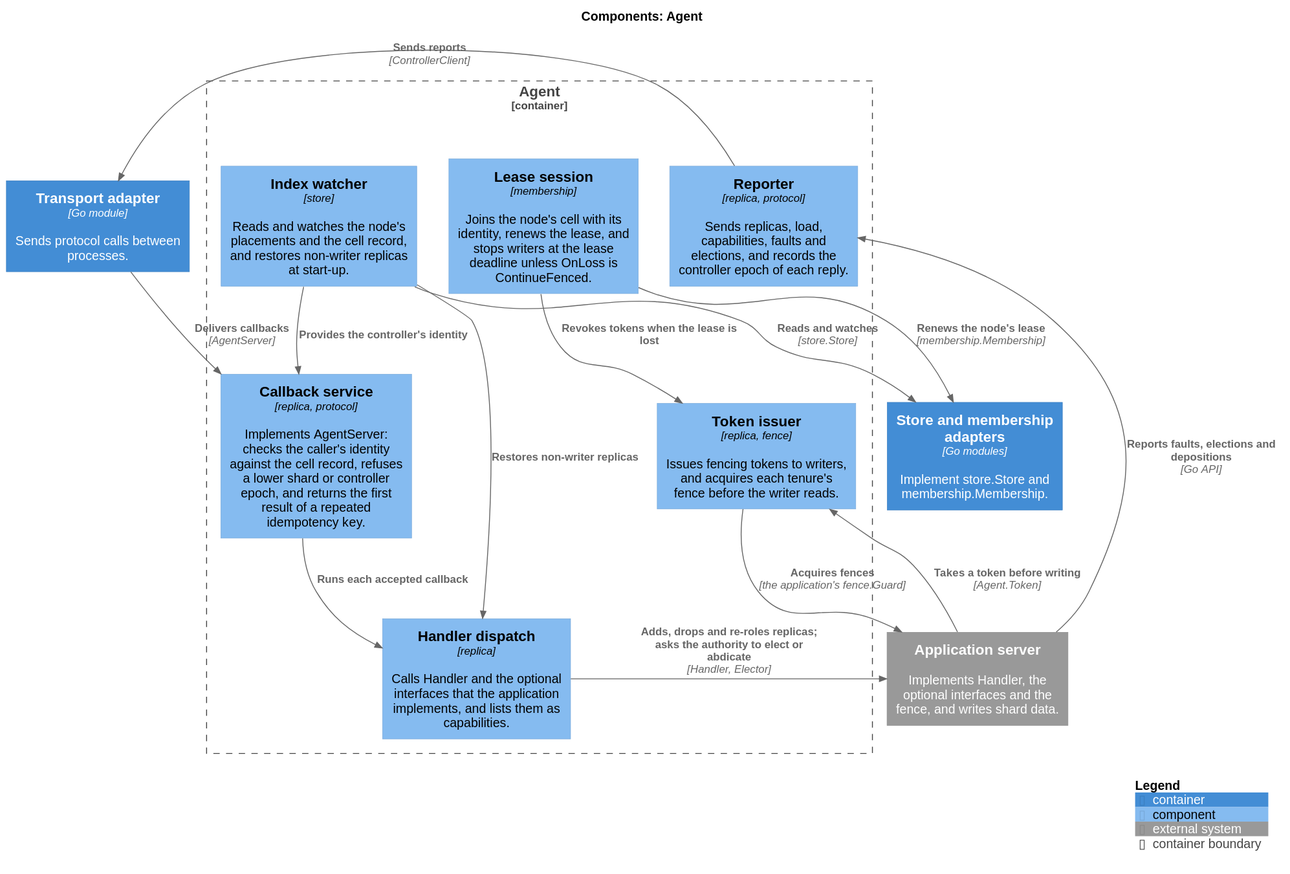
This is docs/c4/components/agent.svg from thesm-os/sharder, a PlantUML export, as it was before one commit.
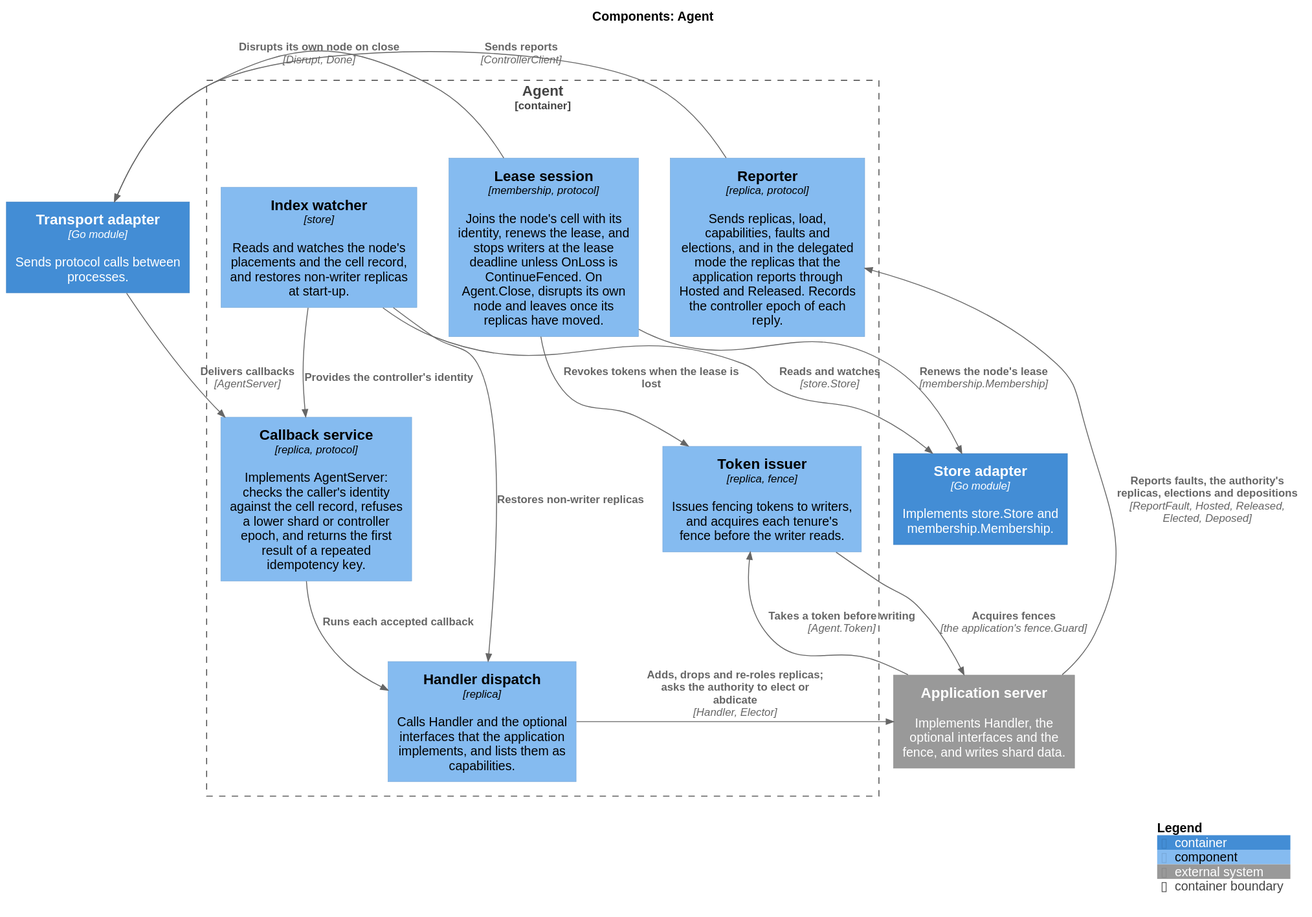
Above is the later version.

Change to the diagram source:
```diff
@@ -10,18 +10,20 @@
     Component(service, "Callback service", "replica, protocol", "Implements AgentServer: checks the caller's identity against the cell record, refuses a lower shard or controller epoch, and returns the first result of a repeated idempotency key.")
     Component(dispatch, "Handler dispatch", "replica", "Calls Handler and the optional interfaces that the application implements, and lists them as capabilities.")
     Component(tokens, "Token issuer", "replica, fence", "Issues fencing tokens to writers, and acquires each tenure's fence before the writer reads.")
-    Component(session, "Lease session", "membership", "Joins the node's cell with its identity, renews the lease, and stops writers at the lease deadline unless OnLoss is ContinueFenced.")
+    Component(session, "Lease session", "membership, protocol", "Joins the node's cell with its identity, renews the lease, and stops writers at the lease deadline unless OnLoss is ContinueFenced. On Agent.Close, disrupts its own node and leaves once its replicas have moved.")
     Component(index, "Index watcher", "store", "Reads and watches the node's placements and the cell record, and restores non-writer replicas at start-up.")
-    Component(reporter, "Reporter", "replica, protocol", "Sends replicas, load, capabilities, faults and elections, and records the controller epoch of each reply.")
+    Component(reporter, "Reporter", "replica, protocol", "Sends replicas, load, capabilities, faults and elections, and in the delegated mode the replicas that the application reports through Hosted and Released. Records the controller epoch of each reply.")
 }
 
-Container(adapters, "Store and membership adapters", "Go modules", "Implement store.Store and membership.Membership.")
+Container(adapters, "Store adapter", "Go module", "Implements store.Store and membership.Membership.")
+
+Lay_R(transport, index)
 
 Rel(transport, service, "Delivers callbacks", "AgentServer")
 Rel(service, dispatch, "Runs each accepted callback")
 Rel(dispatch, app, "Adds, drops and re-roles replicas; asks the authority to elect or abdicate", "Handler, Elector")
 Rel(app, tokens, "Takes a token before writing", "Agent.Token")
-Rel(app, reporter, "Reports faults, elections and depositions", "Go API")
+Rel(app, reporter, "Reports faults, the authority's replicas, elections and depositions", "ReportFault, Hosted, Released, Elected, Deposed")
 Rel(tokens, app, "Acquires fences", "the application's fence.Guard")
 Rel(reporter, transport, "Sends reports", "ControllerClient")
 Rel(session, tokens, "Revokes tokens when the lease is lost")
@@ -30,6 +32,7 @@
 
 Rel(index, adapters, "Reads and watches", "store.Store")
 Rel(session, adapters, "Renews the node's lease", "membership.Membership")
+Rel(session, transport, "Disrupts its own node on close", "Disrupt, Done")
 
 SHOW_LEGEND()
 @enduml
```
